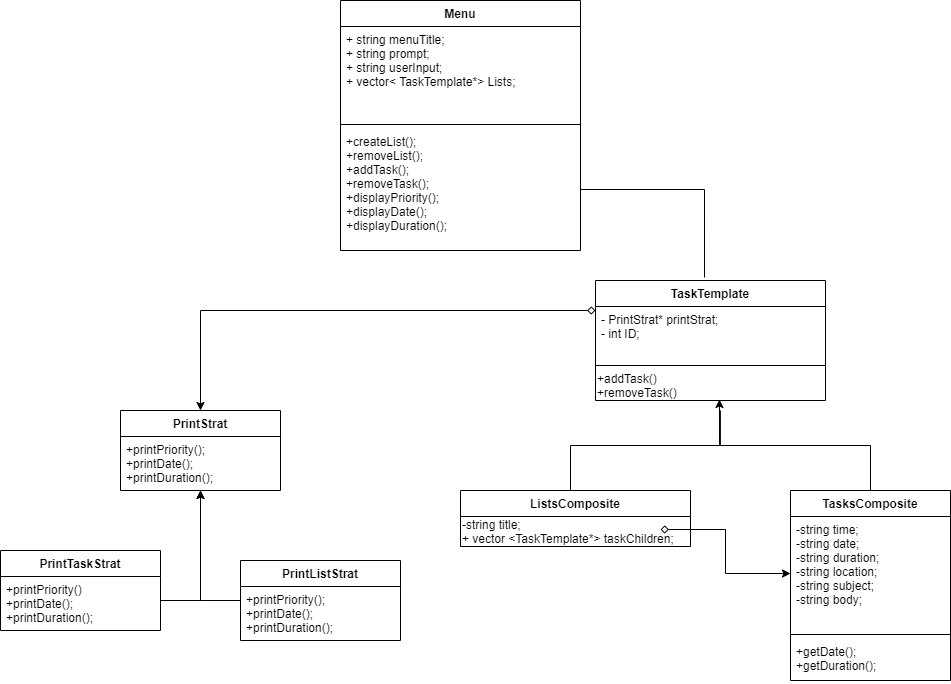
This is CS100_Final_UML_2.0.png from jeffwang372/CS100-Final-Project, a draw.io export, as it was before one commit. Source tidied: cells renumbered, new cells last; positions are measured from the earlier drawing's top-left corner, leaving out a move shared by most shapes. Its diagram source:
```xml
<mxGraphModel>
  <root>
    <mxCell id="0" />
    <mxCell id="1" parent="0" />
    <mxCell id="2" style="edgeStyle=orthogonalEdgeStyle;rounded=0;jettySize=auto;html=1;entryX=0.543;entryY=1.333;entryDx=0;entryDy=0;entryPerimeter=0;shadow=0;startArrow=none;startFill=0;endArrow=none;endFill=0;" parent="1" edge="1" source="3" target="14">
      <mxGeometry relative="1" as="geometry" />
    </mxCell>
    <mxCell id="3" value="TasksComposite" style="swimlane;fontStyle=1;align=center;verticalAlign=top;horizontal=1;startSize=26;" parent="1" vertex="1">
      <mxGeometry x="790" y="490" width="160" height="190" as="geometry" />
    </mxCell>
    <mxCell id="4" value="-string time;&#10;-string date;&#10;-string duration;&#10;-string location;&#10;-string subject;&#10;-string body;&#10;" style="text;strokeColor=none;fillColor=none;align=left;verticalAlign=top;spacingLeft=4;spacingRight=4;overflow=hidden;points=[[0,0.5],[1,0.5]];portConstraint=eastwest;" parent="3" vertex="1">
      <mxGeometry y="26" width="160" height="114" as="geometry" />
    </mxCell>
    <mxCell id="5" style="line;strokeWidth=1;fillColor=none;align=left;verticalAlign=middle;spacingTop=-1;spacingLeft=3;spacingRight=3;labelPosition=right;" parent="3" vertex="1">
      <mxGeometry y="140" width="160" height="8" as="geometry" />
    </mxCell>
    <mxCell id="6" value="+getDate();&#10;+getDuration();&#10;" style="text;strokeColor=none;fillColor=none;align=left;verticalAlign=top;spacingLeft=4;spacingRight=4;overflow=hidden;" parent="3" vertex="1">
      <mxGeometry y="148" width="160" height="42" as="geometry" />
    </mxCell>
    <mxCell id="7" style="edgeStyle=orthogonalEdgeStyle;rounded=0;jettySize=auto;html=1;entryX=0.539;entryY=0.967;entryDx=0;entryDy=0;entryPerimeter=0;shadow=0;startArrow=none;startFill=0;endArrow=classic;endFill=1;" parent="1" edge="1" source="8" target="14">
      <mxGeometry relative="1" as="geometry">
        <Array as="points">
          <mxPoint x="570" y="445" />
          <mxPoint x="719" y="445" />
        </Array>
      </mxGeometry>
    </mxCell>
    <mxCell id="8" value="ListsComposite" style="swimlane;fontStyle=1;align=center;verticalAlign=top;horizontal=1;startSize=26;" parent="1" vertex="1">
      <mxGeometry x="460" y="490" width="230" height="56" as="geometry" />
    </mxCell>
    <mxCell id="9" value="-string title;&lt;br&gt;+ vector &amp;lt;&lt;span style=&quot;text-align: center&quot;&gt;TaskTemplate&lt;/span&gt;*&amp;gt; taskChildren;" style="text;html=1;align=left;verticalAlign=middle;strokeColor=none;" parent="8" vertex="1">
      <mxGeometry y="26" width="230" height="30" as="geometry" />
    </mxCell>
    <mxCell id="10" style="edgeStyle=orthogonalEdgeStyle;rounded=0;jettySize=auto;html=1;startArrow=diamond;startFill=0;endArrow=classic;endFill=1;entryX=0.5;entryY=0;entryDx=0;entryDy=0;" parent="1" edge="1" source="11" target="16">
      <mxGeometry relative="1" as="geometry">
        <Array as="points">
          <mxPoint x="200" y="310" />
        </Array>
      </mxGeometry>
    </mxCell>
    <mxCell id="11" value="TaskTemplate" style="swimlane;fontStyle=1;align=center;verticalAlign=top;horizontal=1;startSize=26;" parent="1" vertex="1">
      <mxGeometry x="595" y="280" width="230" height="120" as="geometry" />
    </mxCell>
    <mxCell id="12" value="- PrintStrat* printStrat;&#10;- int ID;&#10;" style="text;strokeColor=none;fillColor=none;align=left;verticalAlign=top;spacingLeft=4;spacingRight=4;overflow=hidden;" parent="11" vertex="1">
      <mxGeometry y="26" width="230" height="54" as="geometry" />
    </mxCell>
    <mxCell id="13" style="line;strokeWidth=1;fillColor=none;align=left;verticalAlign=middle;spacingTop=-1;spacingLeft=3;spacingRight=3;labelPosition=right;" parent="11" vertex="1">
      <mxGeometry y="80" width="230" height="10" as="geometry" />
    </mxCell>
    <mxCell id="14" value="+addTask()&lt;br&gt;+removeTask()" style="text;html=1;align=left;verticalAlign=middle;points=[];strokeColor=none;" parent="11" vertex="1">
      <mxGeometry y="90" width="230" height="30" as="geometry" />
    </mxCell>
    <mxCell id="15" style="edgeStyle=orthogonalEdgeStyle;rounded=0;jettySize=auto;html=1;startArrow=diamond;startFill=0;" parent="1" edge="1" target="4">
      <mxGeometry relative="1" as="geometry">
        <mxPoint x="660" y="529" as="sourcePoint" />
        <Array as="points">
          <mxPoint x="725" y="529" />
          <mxPoint x="725" y="573" />
        </Array>
      </mxGeometry>
    </mxCell>
    <mxCell id="16" value="PrintStrat" style="swimlane;fontStyle=1;align=center;verticalAlign=top;horizontal=1;startSize=26;" parent="1" vertex="1">
      <mxGeometry x="120" y="410" width="160" height="80" as="geometry" />
    </mxCell>
    <mxCell id="17" value="+printPriority();&#10;+printDate();&#10;+printDuration();" style="text;strokeColor=none;fillColor=none;align=left;verticalAlign=top;spacingLeft=4;spacingRight=4;overflow=hidden;" parent="16" vertex="1">
      <mxGeometry y="26" width="160" height="54" as="geometry" />
    </mxCell>
    <mxCell id="18" style="edgeStyle=orthogonalEdgeStyle;rounded=0;jettySize=auto;html=1;startArrow=none;startFill=0;" parent="1" edge="1" source="19">
      <mxGeometry relative="1" as="geometry">
        <mxPoint x="200" y="490" as="targetPoint" />
        <Array as="points">
          <mxPoint x="200" y="600" />
        </Array>
      </mxGeometry>
    </mxCell>
    <mxCell id="19" value="PrintTaskStrat" style="swimlane;fontStyle=1;align=center;verticalAlign=top;horizontal=1;startSize=26;" parent="1" vertex="1">
      <mxGeometry y="550" width="160" height="80" as="geometry" />
    </mxCell>
    <mxCell id="20" value="+printPriority()&#10;+printDate();&#10;+printDuration();" style="text;strokeColor=none;fillColor=none;align=left;verticalAlign=top;spacingLeft=4;spacingRight=4;overflow=hidden;" parent="19" vertex="1">
      <mxGeometry y="26" width="160" height="54" as="geometry" />
    </mxCell>
    <mxCell id="21" style="edgeStyle=orthogonalEdgeStyle;rounded=0;jettySize=auto;html=1;exitX=0.5;exitY=0;exitDx=0;exitDy=0;startArrow=none;startFill=0;" parent="1" edge="1" source="23">
      <mxGeometry relative="1" as="geometry">
        <mxPoint x="310" y="570" as="targetPoint" />
      </mxGeometry>
    </mxCell>
    <mxCell id="22" style="edgeStyle=orthogonalEdgeStyle;rounded=0;jettySize=auto;html=1;startArrow=none;startFill=0;" parent="1" edge="1" source="23">
      <mxGeometry relative="1" as="geometry">
        <mxPoint x="200" y="490" as="targetPoint" />
      </mxGeometry>
    </mxCell>
    <mxCell id="23" value="PrintListStrat" style="swimlane;fontStyle=1;align=center;verticalAlign=top;horizontal=1;startSize=26;" parent="1" vertex="1">
      <mxGeometry x="240" y="560" width="160" height="80" as="geometry" />
    </mxCell>
    <mxCell id="24" value="+printPriority();&#10;+printDate();&#10;+printDuration();" style="text;strokeColor=none;fillColor=none;align=left;verticalAlign=top;spacingLeft=4;spacingRight=4;overflow=hidden;" parent="23" vertex="1">
      <mxGeometry y="26" width="160" height="54" as="geometry" />
    </mxCell>
    <mxCell id="25" value="Menu" style="swimlane;fontStyle=1;align=center;verticalAlign=top;horizontal=1;startSize=26;" parent="1" vertex="1">
      <mxGeometry x="340" width="240" height="250" as="geometry" />
    </mxCell>
    <mxCell id="26" value="+ string menuTitle;&#10;+ string prompt;&#10;+ string userInput;&#10;+ vector&lt; TaskTemplate*&gt; Lists;" style="text;strokeColor=none;fillColor=none;align=left;verticalAlign=top;spacingLeft=4;spacingRight=4;overflow=hidden;" parent="25" vertex="1">
      <mxGeometry y="26" width="240" height="94" as="geometry" />
    </mxCell>
    <mxCell id="27" style="line;strokeWidth=1;fillColor=none;align=left;verticalAlign=middle;spacingTop=-1;spacingLeft=3;spacingRight=3;labelPosition=right;" parent="25" vertex="1">
      <mxGeometry y="120" width="240" height="8" as="geometry" />
    </mxCell>
    <mxCell id="28" value="+createList();&#10;+removeList();&#10;+addTask();&#10;+removeTask();&#10;+displayPriority();&#10;+displayDate();&#10;+displayDuration();" style="text;strokeColor=none;fillColor=none;align=left;verticalAlign=top;spacingLeft=4;spacingRight=4;overflow=hidden;points=[[0,0.5],[1,0.5]];portConstraint=eastwest;" parent="25" vertex="1">
      <mxGeometry y="128" width="240" height="122" as="geometry" />
    </mxCell>
    <mxCell id="29" style="edgeStyle=orthogonalEdgeStyle;rounded=0;jettySize=auto;html=1;shadow=0;startArrow=none;startFill=0;endArrow=none;endFill=0;entryX=0.474;entryY=-0.025;entryDx=0;entryDy=0;entryPerimeter=0;" parent="1" edge="1" source="28" target="11">
      <mxGeometry relative="1" as="geometry" />
    </mxCell>
  </root>
</mxGraphModel>
```
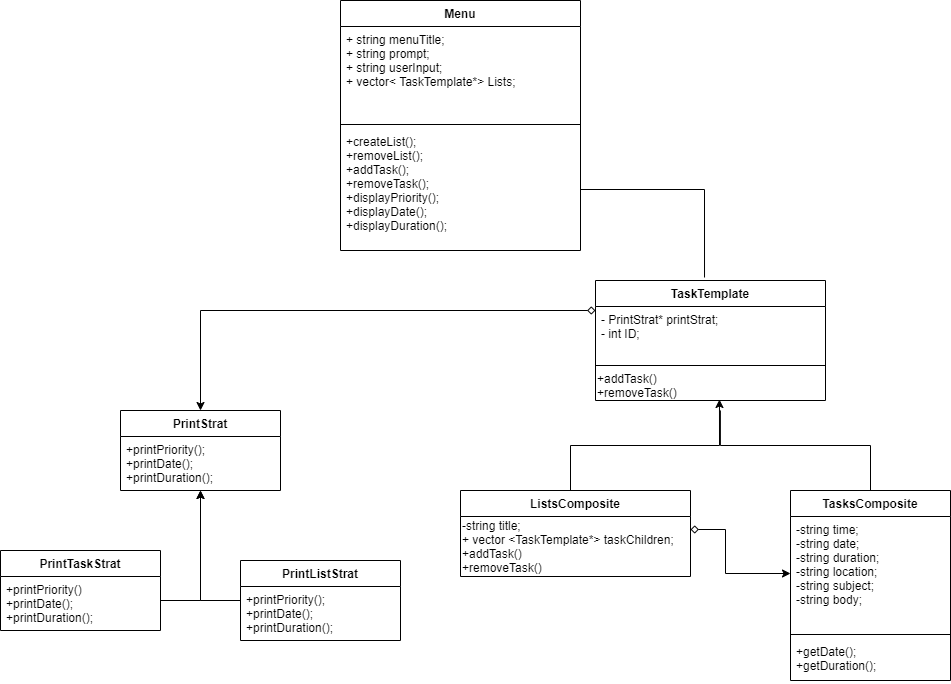
The same diagram one commit later.

Commit message:
Updated location of addTask and removeTask

The edit, as a diff of the source:
```diff
@@ -26,10 +26,10 @@
       </mxGeometry>
     </mxCell>
     <mxCell id="8" value="ListsComposite" style="swimlane;fontStyle=1;align=center;verticalAlign=top;horizontal=1;startSize=26;" parent="1" vertex="1">
-      <mxGeometry x="460" y="490" width="230" height="56" as="geometry" />
+      <mxGeometry x="460" y="490" width="230" height="86" as="geometry" />
     </mxCell>
-    <mxCell id="9" value="-string title;&lt;br&gt;+ vector &amp;lt;&lt;span style=&quot;text-align: center&quot;&gt;TaskTemplate&lt;/span&gt;*&amp;gt; taskChildren;" style="text;html=1;align=left;verticalAlign=middle;strokeColor=none;" parent="8" vertex="1">
-      <mxGeometry y="26" width="230" height="30" as="geometry" />
+    <mxCell id="9" value="-string title;&lt;br&gt;+ vector &amp;lt;&lt;span style=&quot;text-align: center&quot;&gt;TaskTemplate&lt;/span&gt;*&amp;gt; taskChildren;&lt;br&gt;+addTask()&lt;br&gt;+removeTask()" style="text;html=1;align=left;verticalAlign=middle;strokeColor=none;" parent="8" vertex="1">
+      <mxGeometry y="26" width="230" height="60" as="geometry" />
     </mxCell>
     <mxCell id="10" style="edgeStyle=orthogonalEdgeStyle;rounded=0;jettySize=auto;html=1;startArrow=diamond;startFill=0;endArrow=classic;endFill=1;entryX=0.5;entryY=0;entryDx=0;entryDy=0;" parent="1" edge="1" source="11" target="16">
       <mxGeometry relative="1" as="geometry">
@@ -52,7 +52,7 @@
     </mxCell>
     <mxCell id="15" style="edgeStyle=orthogonalEdgeStyle;rounded=0;jettySize=auto;html=1;startArrow=diamond;startFill=0;" parent="1" edge="1" target="4">
       <mxGeometry relative="1" as="geometry">
-        <mxPoint x="660" y="529" as="sourcePoint" />
+        <mxPoint x="690" y="529" as="sourcePoint" />
         <Array as="points">
           <mxPoint x="725" y="529" />
           <mxPoint x="725" y="573" />
```
